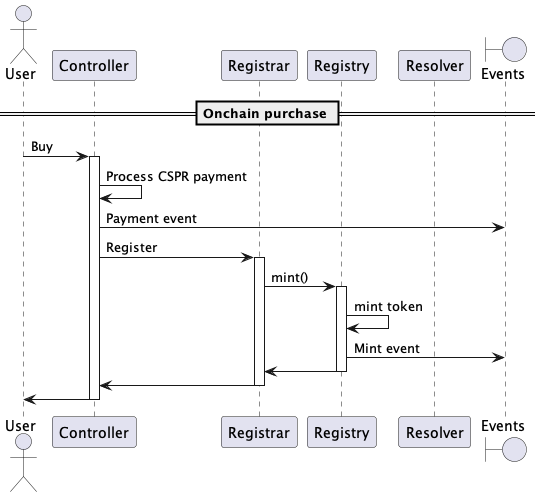
make-software/cspr-name-contracts keeps this PlantUML diagram as docs/sequence-diagrams/puml/onchain-purchase.png. Above is the earlier version.
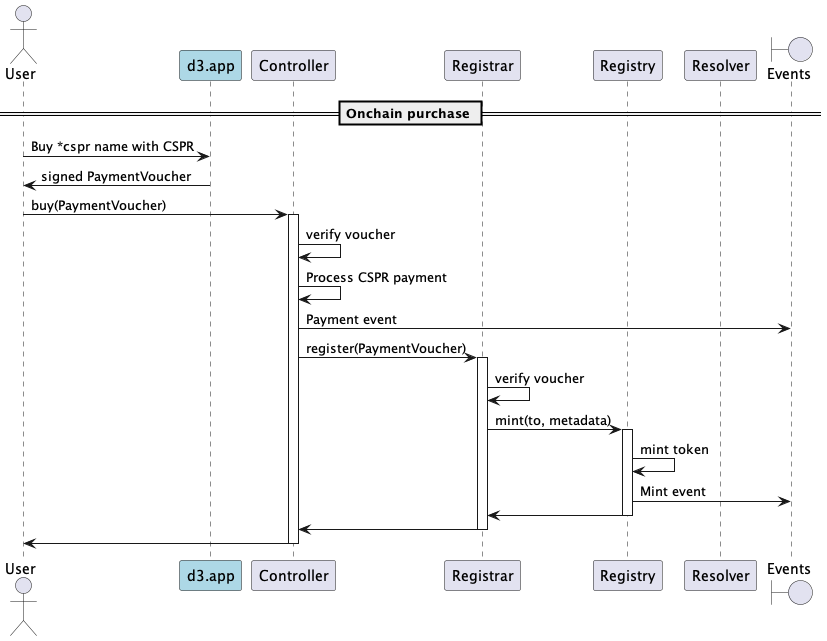
After the change.

What changed in the source:
```diff
@@ -1,6 +1,7 @@
 @startuml
 
 actor User
+participant "d3.app" as d3 #lightblue
 participant "Controller"
 participant "Registrar"
 participant "Registry"
@@ -9,13 +10,17 @@
 
 == Onchain purchase ==
 
-User -> Controller: Buy
+User -> d3: Buy *cspr name with CSPR
+d3 -> User: signed PaymentVoucher
+User -> Controller: buy(PaymentVoucher)
 activate Controller
+Controller -> Controller: verify voucher
 Controller -> Controller: Process CSPR payment
 Controller -> "Events": Payment event
-Controller -> Registrar: Register
+Controller -> Registrar: register(PaymentVoucher)
 activate Registrar
-Registrar -> Registry: mint()
+Registrar -> Registrar: verify voucher
+Registrar -> Registry: mint(to, metadata)
 activate Registry
 Registry -> Registry: mint token
 Registry -> "Events": Mint event
```
